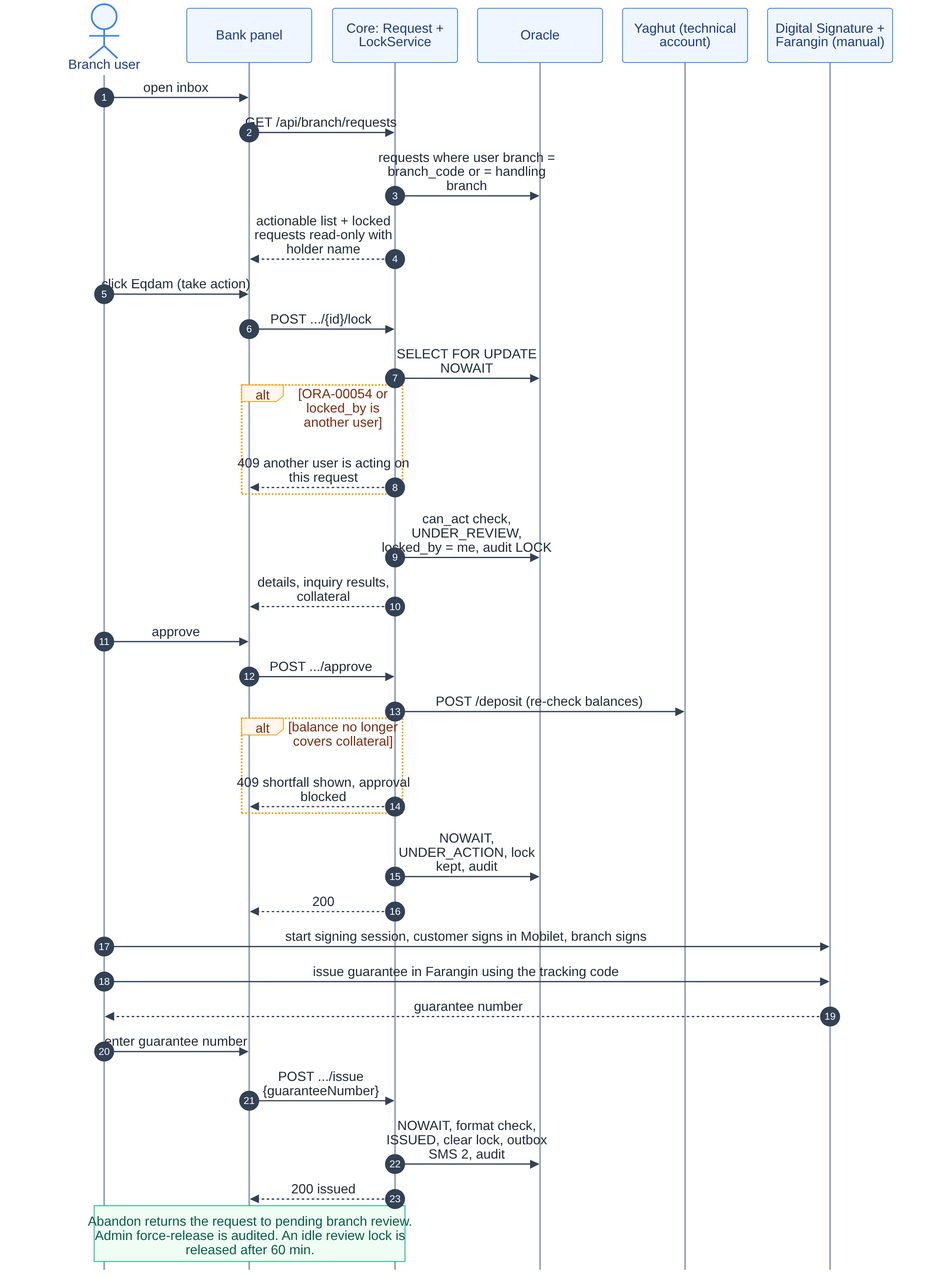
Mahmirba/AsanZeman keeps this Mermaid diagram as docs/architecture/sequence/s07_branch_issue.png. Above is the earlier version. Its source is kept beside it as docs/architecture/sequence/s07_branch_issue.mmd.
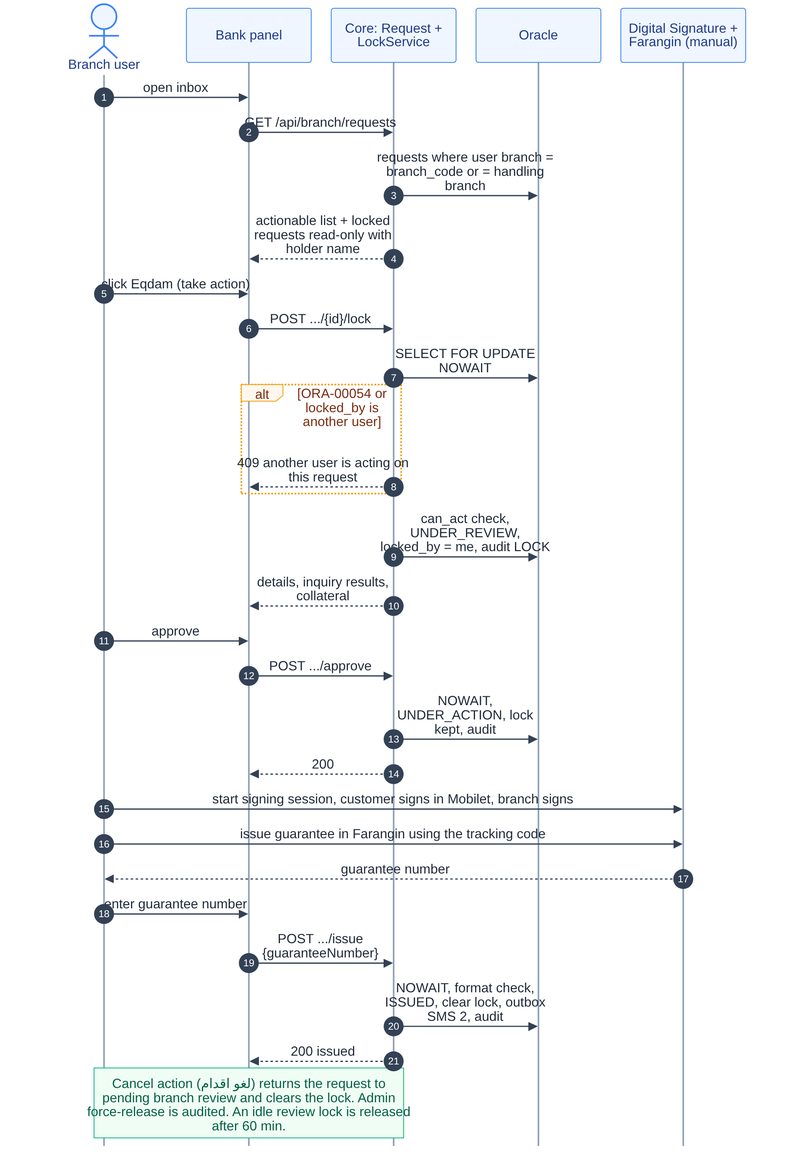
After the commit.

Commit message:
plan, docs: decisions D41-D46, withdraw D16; architecture doc v2.1

Change to the diagram source:
```diff
@@ -4,7 +4,6 @@
     participant P as Bank panel
     participant R as Core: Request + LockService
     participant DB as Oracle
-    participant Y as Yaghut (technical account)
     participant M as Digital Signature + Farangin (manual)
     B->>P: open inbox
     P->>R: GET /api/branch/requests
@@ -20,10 +19,6 @@
     R-->>P: details, inquiry results, collateral
     B->>P: approve
     P->>R: POST .../approve
-    R->>Y: POST /deposit (re-check balances)
-    alt balance no longer covers collateral
-        R-->>P: 409 shortfall shown, approval blocked
-    end
     R->>DB: NOWAIT, UNDER_ACTION, lock kept, audit
     R-->>P: 200
     B->>M: start signing session, customer signs in Mobilet, branch signs
@@ -33,4 +28,4 @@
     P->>R: POST .../issue {guaranteeNumber}
     R->>DB: NOWAIT, format check, ISSUED, clear lock, outbox SMS 2, audit
     R-->>P: 200 issued
-    Note over B,R: Abandon returns the request to pending branch review. Admin force-release is audited. An idle review lock is released after 60 min.
+    Note over B,R: Cancel action (لغو اقدام) returns the request to pending branch review and clears the lock. Admin force-release is audited. An idle review lock is released after 60 min.
```
